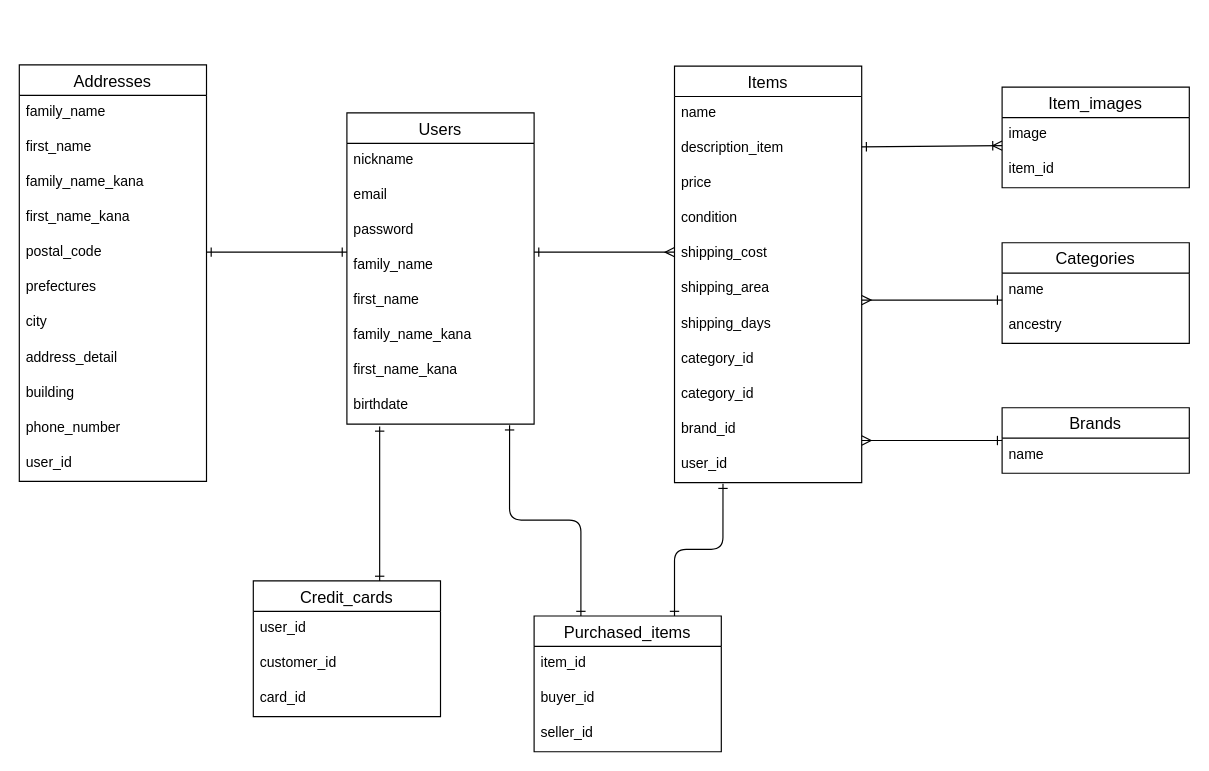
The draw.io diagram furima_29083.dio in mamesaburo/furima-29083, before the edit. Source tidied: cells renumbered, new cells numbered last; positions are measured from the earlier drawing's top-left corner, leaving out a move shared by most shapes. Both pictures are drawn from the tidied source at 117%, with x=0, y=0 at pixel (19, 64).
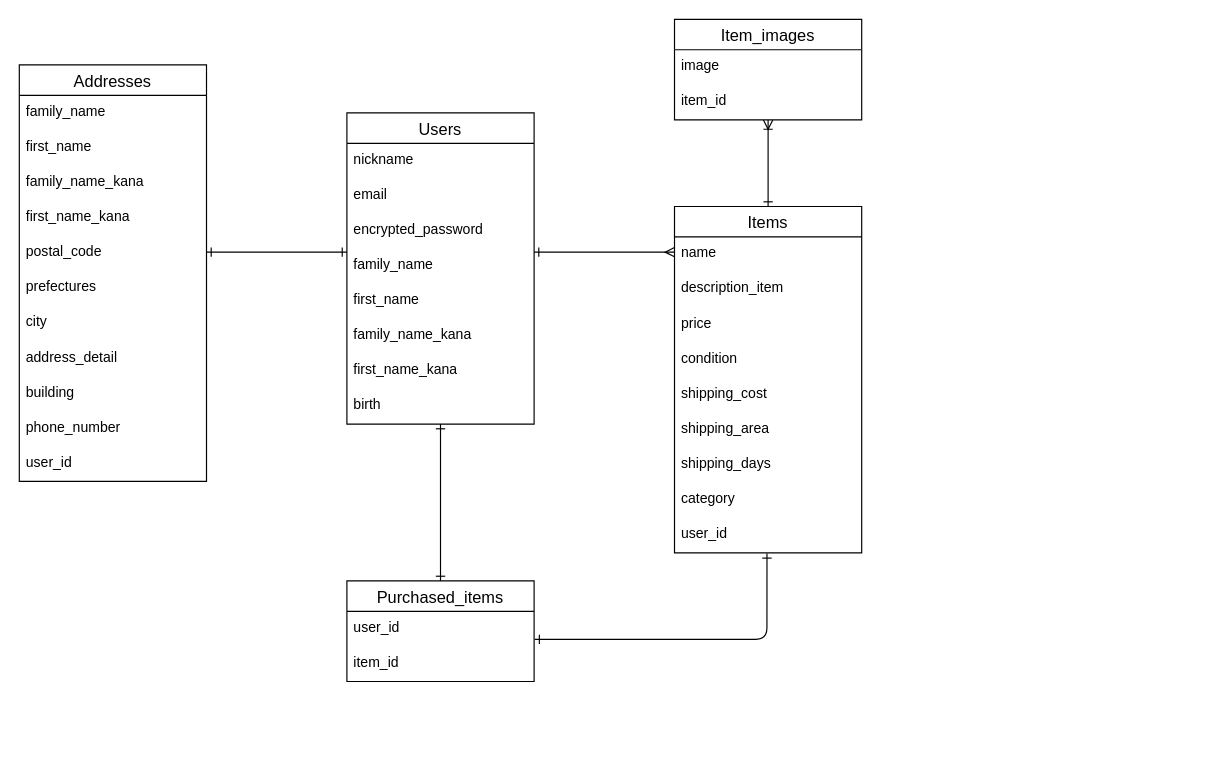
Above is the later version.

The change refers to these unchanged cells:
```xml
<mxCell id="19" value="Users" style="swimlane;fontStyle=0;horizontal=1;startSize=26;align=center;fontSize=14;" parent="1" vertex="1">
  <mxGeometry x="280" y="41" width="160" height="266" as="geometry" />
</mxCell>
```

What changed in the source:
```diff
@@
-    <mxCell id="14" value="Item_images" style="swimlane;fontStyle=0;horizontal=1;startSize=26;align=center;fontSize=14;" parent="1" vertex="1">
-      <mxGeometry x="840" y="19" width="160" height="86" as="geometry" />
-    </mxCell>
-    <mxCell id="15" value="image" style="text;strokeColor=none;fillColor=none;spacingLeft=4;spacingRight=4;overflow=hidden;fontSize=12;" parent="14" vertex="1">
-      <mxGeometry y="26" width="160" height="30" as="geometry" />
-    </mxCell>
-    <mxCell id="16" value="item_id" style="text;strokeColor=none;fillColor=none;spacingLeft=4;spacingRight=4;overflow=hidden;points=[[0,0.5],[1,0.5]];portConstraint=eastwest;fontSize=12;" parent="14" vertex="1">
-      <mxGeometry y="56" width="160" height="30" as="geometry" />
-    </mxCell>
@@
-    <mxCell id="22" value="password" style="text;strokeColor=none;fillColor=none;spacingLeft=4;spacingRight=4;overflow=hidden;fontSize=12;" parent="19" vertex="1">
+    <mxCell id="22" value="encrypted_password" style="text;strokeColor=none;fillColor=none;spacingLeft=4;spacingRight=4;overflow=hidden;fontSize=12;" parent="19" vertex="1">
       <mxGeometry y="86" width="160" height="30" as="geometry" />
     </mxCell>
@@
-    <mxCell id="27" value="birthdate" style="text;strokeColor=none;fillColor=none;spacingLeft=4;spacingRight=4;overflow=hidden;points=[[0,0.5],[1,0.5]];portConstraint=eastwest;fontSize=12;" parent="19" vertex="1">
+    <mxCell id="27" value="birth" style="text;strokeColor=none;fillColor=none;spacingLeft=4;spacingRight=4;overflow=hidden;points=[[0,0.5],[1,0.5]];portConstraint=eastwest;fontSize=12;" parent="19" vertex="1">
       <mxGeometry y="236" width="160" height="30" as="geometry" />
     </mxCell>
-    <mxCell id="28" style="fontSize=12;html=1;endArrow=ERone;startArrow=ERone;exitX=0.75;exitY=0;exitDx=0;exitDy=0;entryX=0.25;entryY=1.067;entryDx=0;entryDy=0;entryPerimeter=0;startFill=0;endFill=0;" parent="1" edge="1">
-      <mxGeometry relative="1" as="geometry">
-        <mxPoint x="308" y="441" as="sourcePoint" />
-        <mxPoint x="308" y="309" as="targetPoint" />
-      </mxGeometry>
-    </mxCell>
-    <mxCell id="29" style="edgeStyle=none;rounded=0;orthogonalLoop=1;jettySize=auto;html=1;exitX=1;exitY=0.5;exitDx=0;exitDy=0;entryX=0;entryY=0;entryDx=0;entryDy=0;startArrow=ERone;startFill=0;endArrow=ERoneToMany;endFill=0;" parent="1" edge="1">
-      <mxGeometry relative="1" as="geometry">
-        <mxPoint x="720" y="70" as="sourcePoint" />
-        <mxPoint x="840" y="69" as="targetPoint" />
-      </mxGeometry>
+    <mxCell id="29" style="edgeStyle=none;rounded=0;jettySize=auto;html=1;exitX=0.5;exitY=0;exitDx=0;exitDy=0;startArrow=ERone;startFill=0;endArrow=ERoneToMany;endFill=0;" parent="1" edge="1" source="47" target="16">
+      <mxGeometry relative="1" as="geometry" />
     </mxCell>
-    <mxCell id="30" value="Categories" style="swimlane;fontStyle=0;horizontal=1;startSize=26;align=center;fontSize=14;" parent="1" vertex="1">
-      <mxGeometry x="840" y="152" width="160" height="86" as="geometry" />
-    </mxCell>
-    <mxCell id="31" value="name" style="text;strokeColor=none;fillColor=none;spacingLeft=4;spacingRight=4;overflow=hidden;fontSize=12;" parent="30" vertex="1">
-      <mxGeometry y="26" width="160" height="30" as="geometry" />
-    </mxCell>
-    <mxCell id="32" value="ancestry" style="text;strokeColor=none;fillColor=none;spacingLeft=4;spacingRight=4;overflow=hidden;fontSize=12;" parent="30" vertex="1">
-      <mxGeometry y="56" width="160" height="30" as="geometry" />
-    </mxCell>
-    <mxCell id="33" style="edgeStyle=none;rounded=0;orthogonalLoop=1;jettySize=auto;html=1;exitX=1;exitY=0;exitDx=0;exitDy=0;startArrow=ERmany;startFill=0;endArrow=ERone;endFill=0;" parent="1" edge="1">
-      <mxGeometry relative="1" as="geometry">
-        <mxPoint x="720" y="201" as="sourcePoint" />
-        <mxPoint x="840" y="201" as="targetPoint" />
-      </mxGeometry>
-    </mxCell>
-    <mxCell id="34" value="Brands" style="swimlane;fontStyle=0;horizontal=1;startSize=26;align=center;fontSize=14;" parent="1" vertex="1">
-      <mxGeometry x="840" y="293" width="160" height="56" as="geometry" />
-    </mxCell>
-    <mxCell id="35" value="name" style="text;strokeColor=none;fillColor=none;spacingLeft=4;spacingRight=4;overflow=hidden;fontSize=12;" parent="34" vertex="1">
-      <mxGeometry y="26" width="160" height="30" as="geometry" />
-    </mxCell>
-    <mxCell id="36" style="edgeStyle=none;rounded=0;orthogonalLoop=1;jettySize=auto;html=1;exitX=1;exitY=0;exitDx=0;exitDy=0;startArrow=ERmany;startFill=0;endArrow=ERone;endFill=0;" parent="1" edge="1">
-      <mxGeometry relative="1" as="geometry">
-        <mxPoint x="720" y="321" as="sourcePoint" />
-        <mxPoint x="840" y="321" as="targetPoint" />
-      </mxGeometry>
-    </mxCell>
-    <mxCell id="37" value="Credit_cards" style="swimlane;fontStyle=0;horizontal=1;startSize=26;align=center;fontSize=14;" parent="1" vertex="1">
-      <mxGeometry x="200" y="441" width="160" height="116" as="geometry" />
-    </mxCell>
-    <mxCell id="38" value="user_id" style="text;strokeColor=none;fillColor=none;spacingLeft=4;spacingRight=4;overflow=hidden;fontSize=12;" parent="37" vertex="1">
-      <mxGeometry y="26" width="160" height="30" as="geometry" />
-    </mxCell>
-    <mxCell id="39" value="customer_id" style="text;strokeColor=none;fillColor=none;spacingLeft=4;spacingRight=4;overflow=hidden;fontSize=12;" parent="37" vertex="1">
-      <mxGeometry y="56" width="160" height="30" as="geometry" />
-    </mxCell>
-    <mxCell id="40" value="card_id" style="text;strokeColor=none;fillColor=none;spacingLeft=4;spacingRight=4;overflow=hidden;fontSize=12;" parent="37" vertex="1">
-      <mxGeometry y="86" width="160" height="30" as="geometry" />
-    </mxCell>
-    <mxCell id="41" style="fontSize=12;html=1;endArrow=ERone;startArrow=ERone;exitX=0.75;exitY=0;exitDx=0;exitDy=0;edgeStyle=orthogonalEdgeStyle;entryX=0.259;entryY=1.032;entryDx=0;entryDy=0;entryPerimeter=0;startFill=0;endFill=0;" parent="1" edge="1" source="43" target="58">
+    <mxCell id="41" style="fontSize=12;html=1;endArrow=ERone;startArrow=ERone;exitX=1.003;exitY=0.8;exitDx=0;exitDy=0;edgeStyle=orthogonalEdgeStyle;entryX=0.494;entryY=1.017;entryDx=0;entryDy=0;entryPerimeter=0;startFill=0;endFill=0;exitPerimeter=0;" parent="1" edge="1" source="45" target="58">
       <mxGeometry relative="1" as="geometry" />
     </mxCell>
-    <mxCell id="42" style="fontSize=12;html=1;endArrow=ERone;startArrow=ERone;exitX=0.869;exitY=1.033;exitDx=0;exitDy=0;exitPerimeter=0;entryX=0.25;entryY=0;entryDx=0;entryDy=0;edgeStyle=orthogonalEdgeStyle;startFill=0;endFill=0;" parent="1" edge="1" source="27" target="43">
-      <mxGeometry relative="1" as="geometry" />
+    <mxCell id="42" style="fontSize=12;html=1;endArrow=ERone;startArrow=ERone;entryX=0.25;entryY=0;entryDx=0;entryDy=0;startFill=0;endFill=0;" parent="1" edge="1">
+      <mxGeometry relative="1" as="geometry">
+        <mxPoint x="360" y="307" as="sourcePoint" />
+        <mxPoint x="360" y="441" as="targetPoint" />
+      </mxGeometry>
     </mxCell>
-    <mxCell id="43" value="Purchased_items" style="swimlane;fontStyle=0;horizontal=1;startSize=26;align=center;fontSize=14;" parent="1" vertex="1">
-      <mxGeometry x="440" y="471" width="160" height="116" as="geometry" />
-    </mxCell>
-    <mxCell id="44" value="item_id" style="text;strokeColor=none;fillColor=none;spacingLeft=4;spacingRight=4;overflow=hidden;fontSize=12;" parent="43" vertex="1">
-      <mxGeometry y="26" width="160" height="30" as="geometry" />
-    </mxCell>
-    <mxCell id="45" value="buyer_id" style="text;strokeColor=none;fillColor=none;spacingLeft=4;spacingRight=4;overflow=hidden;points=[[0,0.5],[1,0.5]];portConstraint=eastwest;fontSize=12;" parent="43" vertex="1">
-      <mxGeometry y="56" width="160" height="30" as="geometry" />
-    </mxCell>
-    <mxCell id="46" value="seller_id" style="text;strokeColor=none;fillColor=none;spacingLeft=4;spacingRight=4;overflow=hidden;fontSize=12;" parent="43" vertex="1">
-      <mxGeometry y="86" width="160" height="30" as="geometry" />
-    </mxCell>
     <mxCell id="47" value="Items" style="swimlane;fontStyle=0;horizontal=1;startSize=26;align=center;fontSize=14;" parent="1" vertex="1">
-      <mxGeometry x="560" y="1" width="160" height="356" as="geometry" />
+      <mxGeometry x="560" y="121" width="160" height="296" as="geometry" />
     </mxCell>
@@
-    <mxCell id="55" value="category_id" style="text;strokeColor=none;fillColor=none;spacingLeft=4;spacingRight=4;overflow=hidden;fontSize=12;" parent="47" vertex="1">
+    <mxCell id="55" value="category" style="text;strokeColor=none;fillColor=none;spacingLeft=4;spacingRight=4;overflow=hidden;fontSize=12;" parent="47" vertex="1">
       <mxGeometry y="236" width="160" height="30" as="geometry" />
     </mxCell>
-    <mxCell id="56" value="category_id" style="text;strokeColor=none;fillColor=none;spacingLeft=4;spacingRight=4;overflow=hidden;fontSize=12;" parent="47" vertex="1">
-      <mxGeometry y="266" width="160" height="30" as="geometry" />
-    </mxCell>
-    <mxCell id="57" value="brand_id" style="text;strokeColor=none;fillColor=none;spacingLeft=4;spacingRight=4;overflow=hidden;fontSize=12;" parent="47" vertex="1">
-      <mxGeometry y="296" width="160" height="30" as="geometry" />
-    </mxCell>
     <mxCell id="58" value="user_id" style="text;strokeColor=none;fillColor=none;spacingLeft=4;spacingRight=4;overflow=hidden;points=[[0,0.5],[1,0.5]];portConstraint=eastwest;fontSize=12;" parent="47" vertex="1">
-      <mxGeometry y="326" width="160" height="30" as="geometry" />
+      <mxGeometry y="266" width="160" height="30" as="geometry" />
     </mxCell>
+    <mxCell id="14" value="Item_images" style="swimlane;fontStyle=0;horizontal=1;startSize=26;align=center;fontSize=14;" parent="1" vertex="1">
+      <mxGeometry x="560" y="-39" width="160" height="86" as="geometry" />
+    </mxCell>
+    <mxCell id="15" value="image" style="text;strokeColor=none;fillColor=none;spacingLeft=4;spacingRight=4;overflow=hidden;fontSize=12;" parent="14" vertex="1">
+      <mxGeometry y="26" width="160" height="30" as="geometry" />
+    </mxCell>
+    <mxCell id="16" value="item_id" style="text;strokeColor=none;fillColor=none;spacingLeft=4;spacingRight=4;overflow=hidden;points=[[0,0.5],[1,0.5]];portConstraint=eastwest;fontSize=12;" parent="14" vertex="1">
+      <mxGeometry y="56" width="160" height="30" as="geometry" />
+    </mxCell>
+    <mxCell id="43" value="Purchased_items" style="swimlane;fontStyle=0;horizontal=1;startSize=26;align=center;fontSize=14;" parent="1" vertex="1">
+      <mxGeometry x="280" y="441" width="160" height="86" as="geometry" />
+    </mxCell>
+    <mxCell id="45" value="user_id" style="text;strokeColor=none;fillColor=none;spacingLeft=4;spacingRight=4;overflow=hidden;points=[[0,0.5],[1,0.5]];portConstraint=eastwest;fontSize=12;" parent="43" vertex="1">
+      <mxGeometry y="26" width="160" height="30" as="geometry" />
+    </mxCell>
+    <mxCell id="44" value="item_id" style="text;strokeColor=none;fillColor=none;spacingLeft=4;spacingRight=4;overflow=hidden;fontSize=12;" parent="43" vertex="1">
+      <mxGeometry y="56" width="160" height="30" as="geometry" />
+    </mxCell>
```
